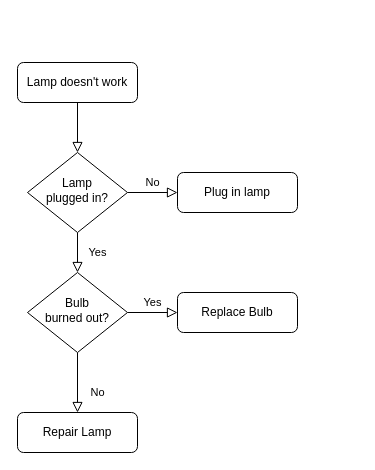
Before: Untitled Diagram.drawio in ihtishamhaider/resume-of-ihtish, a draw.io diagram. Source tidied: cells renumbered, new cells numbered last; positions are measured from the earlier drawing's top-left corner, leaving out a move shared by most shapes. Both pictures are drawn from the tidied source at 100%, with x=0, y=0 at pixel (17, 62).
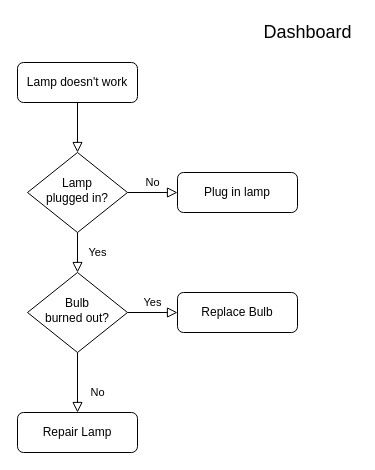
After the change.

What changed in the source:
```diff
@@
 <mxGraphModel>
   <root>
     <mxCell id="0" />
     <mxCell id="1" parent="0" />
     <mxCell id="2" style="rounded=0;html=1;jettySize=auto;fontSize=11;endArrow=block;endFill=0;endSize=8;strokeWidth=1;shadow=0;labelBackgroundColor=none;edgeStyle=orthogonalEdgeStyle;" parent="1" edge="1" source="3" target="6">
       <mxGeometry relative="1" as="geometry" />
     </mxCell>
     <mxCell id="3" value="Lamp doesn't work" style="rounded=1;whiteSpace=wrap;html=1;fontSize=12;glass=0;strokeWidth=1;shadow=0;" parent="1" vertex="1">
       <mxGeometry width="120" height="40" as="geometry" />
     </mxCell>
     <mxCell id="4" value="Yes" style="rounded=0;html=1;jettySize=auto;fontSize=11;endArrow=block;endFill=0;endSize=8;strokeWidth=1;shadow=0;labelBackgroundColor=none;edgeStyle=orthogonalEdgeStyle;" parent="1" edge="1" source="6" target="10">
       <mxGeometry y="20" relative="1" as="geometry" />
     </mxCell>
     <mxCell id="5" value="No" style="edgeStyle=orthogonalEdgeStyle;rounded=0;html=1;jettySize=auto;fontSize=11;endArrow=block;endFill=0;endSize=8;strokeWidth=1;shadow=0;labelBackgroundColor=none;" parent="1" edge="1" source="6" target="7">
       <mxGeometry y="10" relative="1" as="geometry" />
     </mxCell>
     <mxCell id="6" value="Lamp&lt;br&gt;plugged in?" style="rhombus;whiteSpace=wrap;html=1;shadow=0;fontFamily=Helvetica;fontSize=12;align=center;strokeWidth=1;spacing=6;spacingTop=-4;" parent="1" vertex="1">
       <mxGeometry x="10" y="90" width="100" height="80" as="geometry" />
     </mxCell>
     <mxCell id="7" value="Plug in lamp" style="rounded=1;whiteSpace=wrap;html=1;fontSize=12;glass=0;strokeWidth=1;shadow=0;" parent="1" vertex="1">
       <mxGeometry x="160" y="110" width="120" height="40" as="geometry" />
     </mxCell>
     <mxCell id="8" value="No" style="rounded=0;html=1;jettySize=auto;fontSize=11;endArrow=block;endFill=0;endSize=8;strokeWidth=1;shadow=0;labelBackgroundColor=none;edgeStyle=orthogonalEdgeStyle;" parent="1" edge="1" source="10" target="11">
       <mxGeometry x="0.33" y="20" relative="1" as="geometry" />
     </mxCell>
     <mxCell id="9" value="Yes" style="edgeStyle=orthogonalEdgeStyle;rounded=0;html=1;jettySize=auto;fontSize=11;endArrow=block;endFill=0;endSize=8;strokeWidth=1;shadow=0;labelBackgroundColor=none;" parent="1" edge="1" source="10" target="12">
       <mxGeometry y="10" relative="1" as="geometry" />
     </mxCell>
     <mxCell id="10" value="Bulb&lt;br&gt;burned out?" style="rhombus;whiteSpace=wrap;html=1;shadow=0;fontFamily=Helvetica;fontSize=12;align=center;strokeWidth=1;spacing=6;spacingTop=-4;" parent="1" vertex="1">
       <mxGeometry x="10" y="210" width="100" height="80" as="geometry" />
     </mxCell>
     <mxCell id="11" value="Repair Lamp" style="rounded=1;whiteSpace=wrap;html=1;fontSize=12;glass=0;strokeWidth=1;shadow=0;" parent="1" vertex="1">
       <mxGeometry y="350" width="120" height="40" as="geometry" />
     </mxCell>
     <mxCell id="12" value="Replace Bulb" style="rounded=1;whiteSpace=wrap;html=1;fontSize=12;glass=0;strokeWidth=1;shadow=0;" parent="1" vertex="1">
       <mxGeometry x="160" y="230" width="120" height="40" as="geometry" />
     </mxCell>
+    <mxCell id="13" value="Dashboard&lt;br style=&quot;font-size: 18px;&quot;&gt;" style="text;html=1;align=center;verticalAlign=middle;strokeColor=none;fillColor=none;fontSize=18;" parent="1" vertex="1">
+      <mxGeometry x="240" y="-45" width="100" height="30" as="geometry" />
+    </mxCell>
   </root>
 </mxGraphModel>
```
